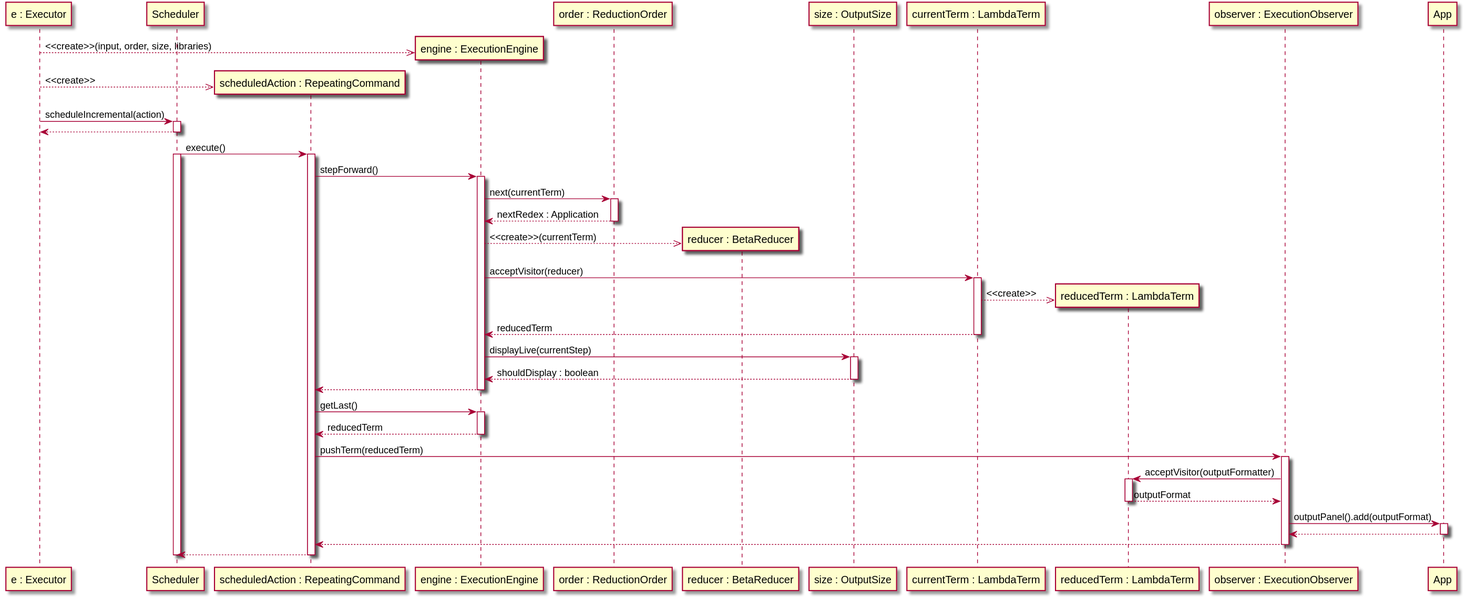
Before: design/Sequenzdiagramme/interaction.svg, a diagram exported from PlantUML (wavelength-ide/wavelength-ide). Its diagram source:
```plantuml
@startuml
participant "e : Executor" as exec
participant "Scheduler" as sched
participant "scheduledAction : RepeatingCommand" as action
participant "engine : ExecutionEngine" as eng
participant "order : ReductionOrder" as order
participant "reducer : BetaReducer" as reducer
participant "size : OutputSize" as size
participant "currentTerm : LambdaTerm" as cterm
participant "reducedTerm : LambdaTerm" as rterm
participant "observer : ExecutionObserver" as observer
participant "App" as app

create eng
exec -->> eng: <<create>>(input, order, size, libraries)
create action
exec -->> action: <<create>>
exec -> sched: scheduleIncremental(action)
activate sched
exec <-- sched
deactivate sched
sched -> action: execute()
activate sched
activate action

action -> eng: stepForward()
activate eng
eng -> order: next(currentTerm)
activate order
eng <-- order: nextRedex : Application
deactivate order
create reducer
eng -->> reducer: <<create>>(currentTerm)
eng -> cterm: acceptVisitor(reducer)
activate cterm
create rterm
cterm -->> rterm: <<create>>
eng <-- cterm: reducedTerm
deactivate cterm
eng -> size: displayLive(currentStep)
activate size
eng <-- size: shouldDisplay : boolean
deactivate size
action <-- eng
deactivate eng

action -> eng: getLast()
activate eng
action <-- eng: reducedTerm
deactivate eng
action -> observer: pushTerm(reducedTerm)
activate observer
observer -> rterm: acceptVisitor(outputFormatter)
activate rterm
observer <-- rterm: outputFormat
deactivate rterm
observer -> app: outputPanel().add(outputFormat)
activate app
observer <-- app
deactivate app
action <-- observer
deactivate observer
sched <-- action
deactivate action
deactivate sched
@enduml
```
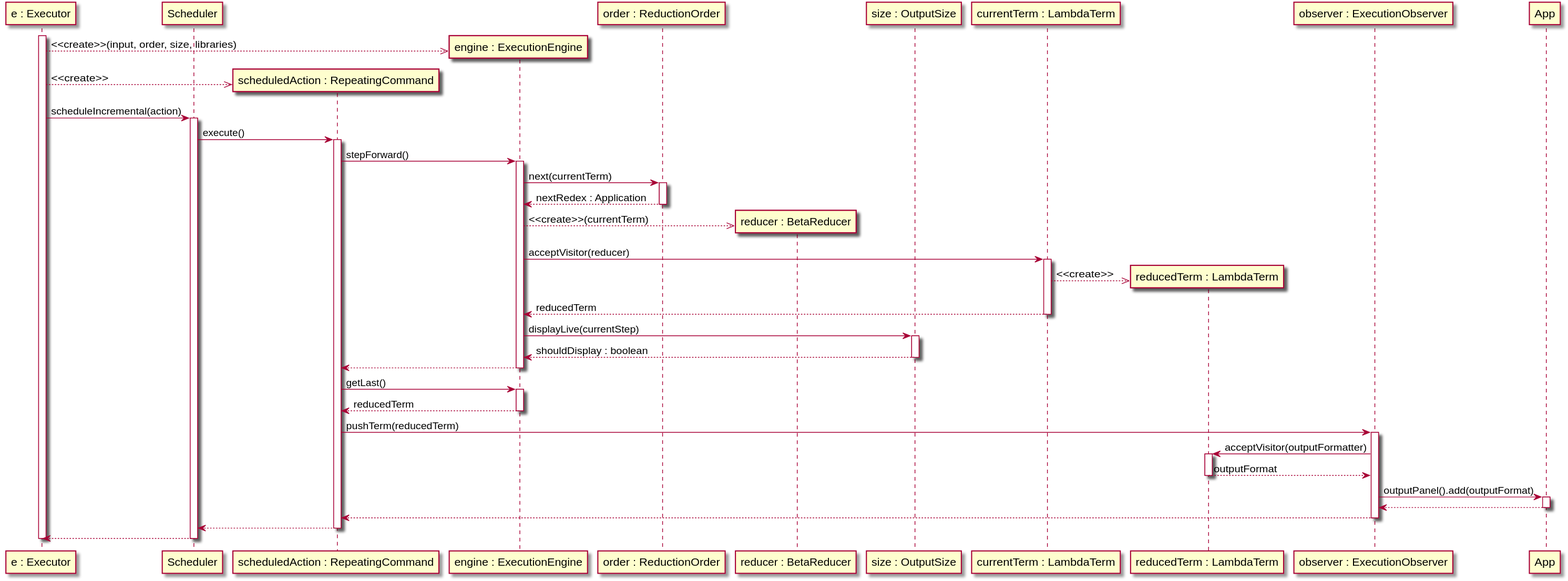
After the change.

Commit message:
fix sequence diagrams

The edit, as a diff of the source:
```diff
@@ -11,16 +11,14 @@
 participant "observer : ExecutionObserver" as observer
 participant "App" as app
 
+activate exec
 create eng
 exec -->> eng: <<create>>(input, order, size, libraries)
 create action
 exec -->> action: <<create>>
 exec -> sched: scheduleIncremental(action)
 activate sched
-exec <-- sched
-deactivate sched
 sched -> action: execute()
-activate sched
 activate action
 
 action -> eng: stepForward()
@@ -62,5 +60,8 @@
 deactivate observer
 sched <-- action
 deactivate action
+exec <-- sched
 deactivate sched
+deactivate exec
+
 @enduml
```
